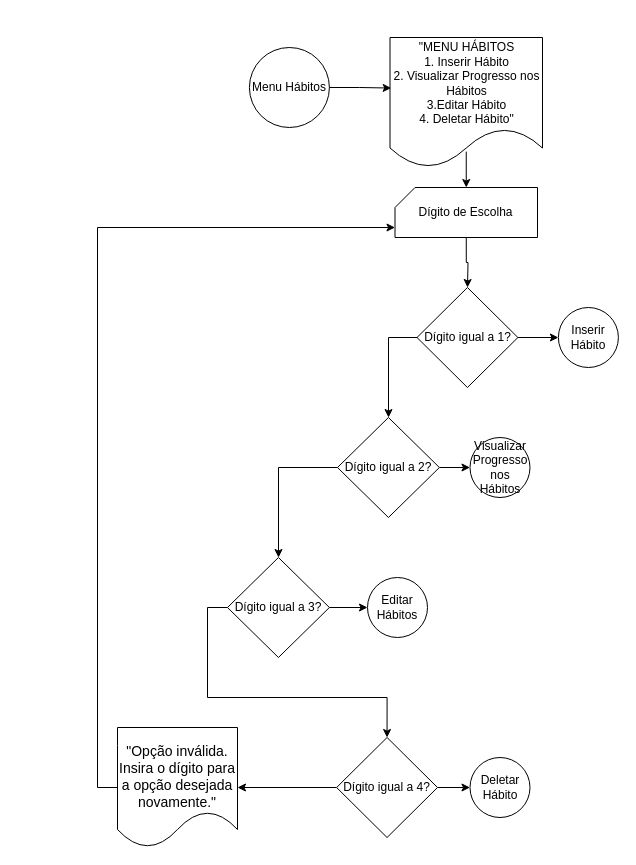
Before: Fluxogramas_MUTARE_PISI1/Finalizados/Menu Habitos.drawio in pedroailton/mutare-project, a draw.io diagram. Source tidied: cells renumbered, new cells numbered last; positions are measured from the earlier drawing's top-left corner, leaving out a move shared by most shapes. Both pictures are drawn from the tidied source at 100%, with x=0, y=0 at pixel (117, 37).
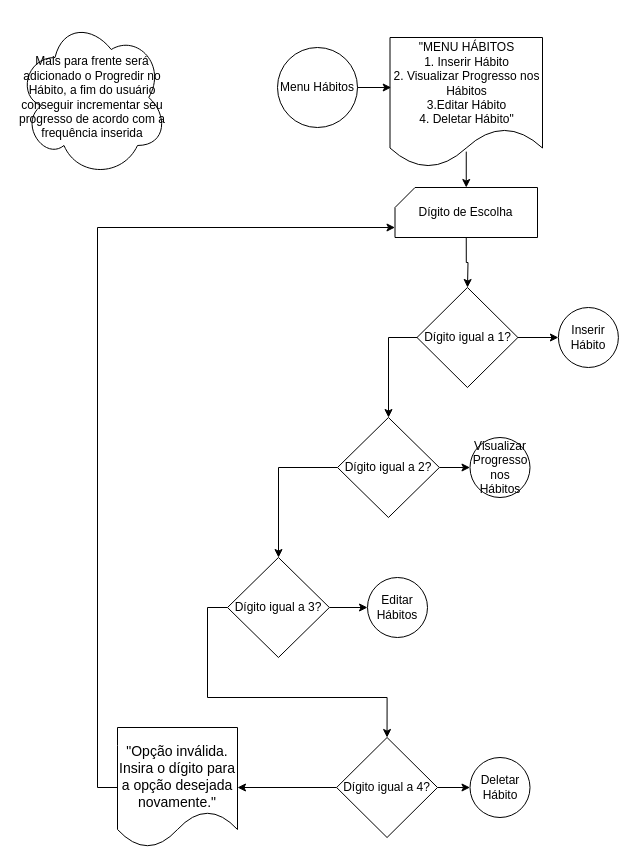
The same diagram, later.

What changed in the source:
```diff
@@
     <mxCell id="2" value="&lt;font style=&quot;font-size: 12px;&quot;&gt;Menu Hábitos&lt;/font&gt;" style="ellipse;whiteSpace=wrap;html=1;" parent="1" vertex="1">
-      <mxGeometry x="131.9" y="10" width="80" height="80" as="geometry" />
+      <mxGeometry x="160" y="10" width="80" height="80" as="geometry" />
     </mxCell>
@@
+    <mxCell id="28" value="Mais para frente será adicionado o Progredir no Hábito, a fim do usuário conseguir incrementar seu progresso de acordo com a frequência inserida" style="ellipse;shape=cloud;whiteSpace=wrap;html=1;" parent="1" vertex="1">
+      <mxGeometry x="-100" y="-20" width="150" height="160" as="geometry" />
+    </mxCell>
```
